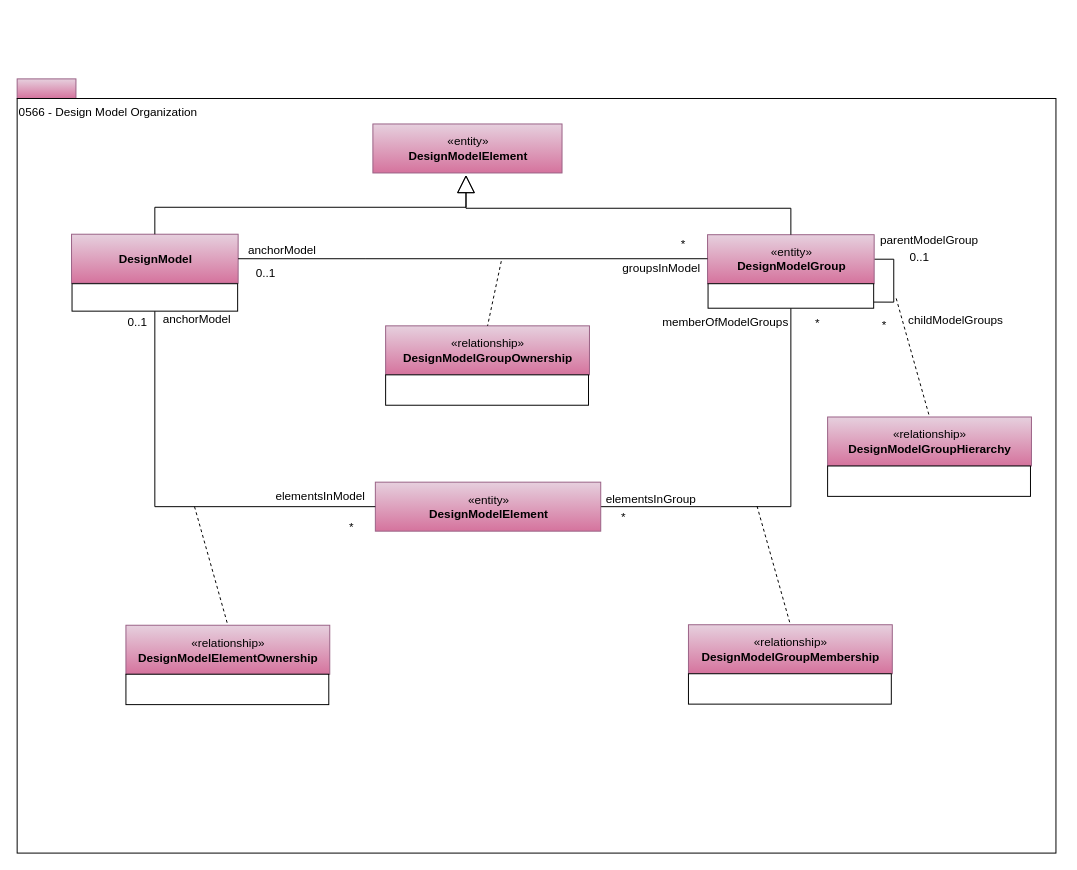
The draw.io diagram page "0566-Model-Structure" (20 of 25) of open-metadata-publication/website/open-metadata-types/area-5-models-and-schema.drawio in planetf1/egeria, before the edit. Source tidied: cells renumbered, new cells numbered last; positions are measured from the earlier drawing's top-left corner, leaving out a move shared by most shapes. Both pictures are drawn from the tidied source at 98%, with x=0, y=0 at pixel (17, 78).
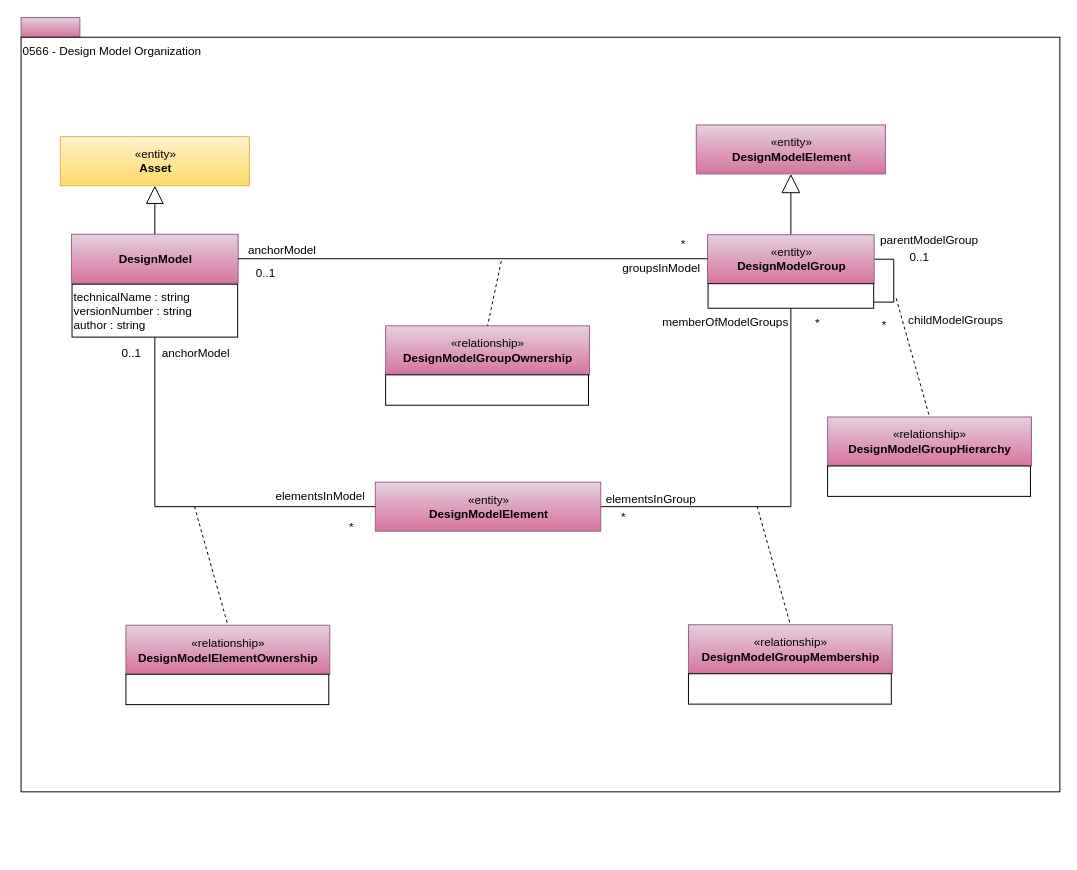
After the change.

Unchanged cells that the change refers to:
```xml
<mxCell id="13" value="&lt;b&gt;DesignModel&lt;/b&gt;" style="html=1;strokeColor=#996185;align=center;fillColor=#e6d0de;gradientColor=#d5739d;" parent="1" vertex="1">
  <mxGeometry x="55.5" y="158.5" width="170" height="50" as="geometry" />
</mxCell>
<mxCell id="17" value="«entity»&lt;br&gt;&lt;b&gt;DesignModelGroup&lt;/b&gt;" style="html=1;strokeColor=#996185;align=center;fillColor=#e6d0de;gradientColor=#d5739d;" parent="1" vertex="1">
  <mxGeometry x="704.5" y="159" width="170" height="50" as="geometry" />
</mxCell>
```

Change to the diagram source:
```diff
@@
     <mxCell id="2" style="rounded=0;whiteSpace=wrap;html=1;align=left;fillColor=#e6d0de;strokeColor=#996185;gradientColor=#d5739d;" parent="1" vertex="1">
-      <mxGeometry width="60" height="20" as="geometry" />
+      <mxGeometry x="4" y="-62.5" width="60" height="20" as="geometry" />
     </mxCell>
     <mxCell id="3" value="0566 - Design Model Organization" style="rounded=0;whiteSpace=wrap;html=1;align=left;verticalAlign=top;" parent="1" vertex="1">
-      <mxGeometry y="20" width="1060" height="770" as="geometry" />
+      <mxGeometry x="4" y="-42.5" width="1060" height="770" as="geometry" />
     </mxCell>
@@
-    <mxCell id="14" value="&lt;span&gt;&lt;br&gt;&lt;/span&gt;" style="rounded=0;whiteSpace=wrap;html=1;strokeColor=#000000;gradientColor=#ffffff;align=left;" parent="1" vertex="1">
-      <mxGeometry x="56" y="209" width="169" height="28" as="geometry" />
+    <mxCell id="14" value="technicalName : string&lt;br&gt;versionNumber : string&lt;br&gt;author : string&lt;span&gt;&lt;br&gt;&lt;/span&gt;" style="rounded=0;whiteSpace=wrap;html=1;strokeColor=#000000;gradientColor=#ffffff;align=left;" parent="1" vertex="1">
+      <mxGeometry x="56" y="209.5" width="169" height="54" as="geometry" />
     </mxCell>
-    <mxCell id="15" style="edgeStyle=orthogonalEdgeStyle;rounded=0;jettySize=auto;html=1;endArrow=block;endFill=0;endSize=16;entryX=0.5;entryY=1;entryDx=0;entryDy=0;" parent="1" edge="1" source="13">
+    <mxCell id="15" style="edgeStyle=orthogonalEdgeStyle;rounded=0;jettySize=auto;html=1;endArrow=block;endFill=0;endSize=16;entryX=0.5;entryY=1;entryDx=0;entryDy=0;" parent="1" edge="1" source="13" target="45">
       <mxGeometry relative="1" as="geometry">
-        <mxPoint x="458" y="98" as="targetPoint" />
         <Array as="points">
-          <mxPoint x="141" y="131" />
-          <mxPoint x="458" y="131" />
+          <mxPoint x="141" y="143" />
+          <mxPoint x="141" y="143" />
         </Array>
       </mxGeometry>
     </mxCell>
@@
+    <mxCell id="44" style="edgeStyle=orthogonalEdgeStyle;rounded=0;jettySize=auto;html=1;exitX=0.5;exitY=0;exitDx=0;exitDy=0;entryX=0.5;entryY=1;entryDx=0;entryDy=0;endArrow=block;endFill=0;endSize=17;" parent="1" edge="1" source="17" target="43">
+      <mxGeometry relative="1" as="geometry" />
+    </mxCell>
@@
-    <mxCell id="19" style="edgeStyle=orthogonalEdgeStyle;rounded=0;jettySize=auto;html=1;endArrow=block;endFill=0;endSize=16;entryX=0.5;entryY=1;entryDx=0;entryDy=0;exitX=0.5;exitY=0;exitDx=0;exitDy=0;" parent="1" edge="1" source="17">
-      <mxGeometry relative="1" as="geometry">
-        <mxPoint x="458" y="98" as="targetPoint" />
-        <Array as="points">
-          <mxPoint x="790" y="132" />
-          <mxPoint x="458" y="132" />
-        </Array>
-      </mxGeometry>
-    </mxCell>
@@
     <mxCell id="23" value="0..1" style="text;html=1;align=left;verticalAlign=top;spacingTop=-4;" parent="1" vertex="1">
-      <mxGeometry x="110.5" y="239" width="30" height="14" as="geometry" />
+      <mxGeometry x="104.5" y="270" width="30" height="14" as="geometry" />
     </mxCell>
@@
     <mxCell id="28" value="anchorModel" style="text;html=1;align=left;verticalAlign=top;spacingTop=-4;" parent="1" vertex="1">
-      <mxGeometry x="146.5" y="236" width="79" height="14" as="geometry" />
+      <mxGeometry x="146" y="270" width="79" height="14" as="geometry" />
     </mxCell>
@@
     <mxCell id="43" value="«entity»&lt;br&gt;&lt;b&gt;DesignModelElement&lt;/b&gt;" style="html=1;strokeColor=#996185;align=center;fillColor=#e6d0de;gradientColor=#d5739d;" parent="1" vertex="1">
-      <mxGeometry x="363" y="46" width="193" height="50" as="geometry" />
+      <mxGeometry x="693" y="47" width="193" height="50" as="geometry" />
     </mxCell>
+    <mxCell id="45" value="«entity»&lt;br&gt;&lt;b&gt;Asset&lt;/b&gt;" style="html=1;strokeColor=#d6b656;align=center;fillColor=#fff2cc;gradientColor=#ffd966;" parent="1" vertex="1">
+      <mxGeometry x="44" y="59" width="193" height="50" as="geometry" />
+    </mxCell>
```
